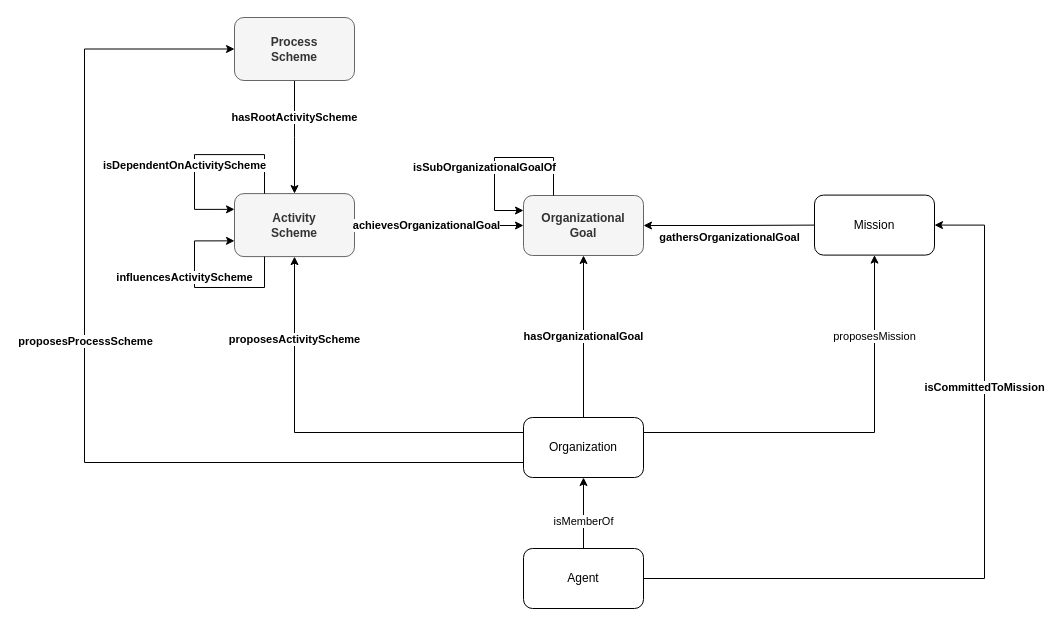
Before: domains/logistics/coordinate-activities/coordinate-activities.drawio in HyperAgents/hmas, a draw.io diagram. Source tidied: cells renumbered, new cells numbered last; positions are measured from the earlier drawing's top-left corner, leaving out a move shared by most shapes. Both pictures are drawn from the tidied source at 100%, with x=0, y=0 at pixel (84, 17).
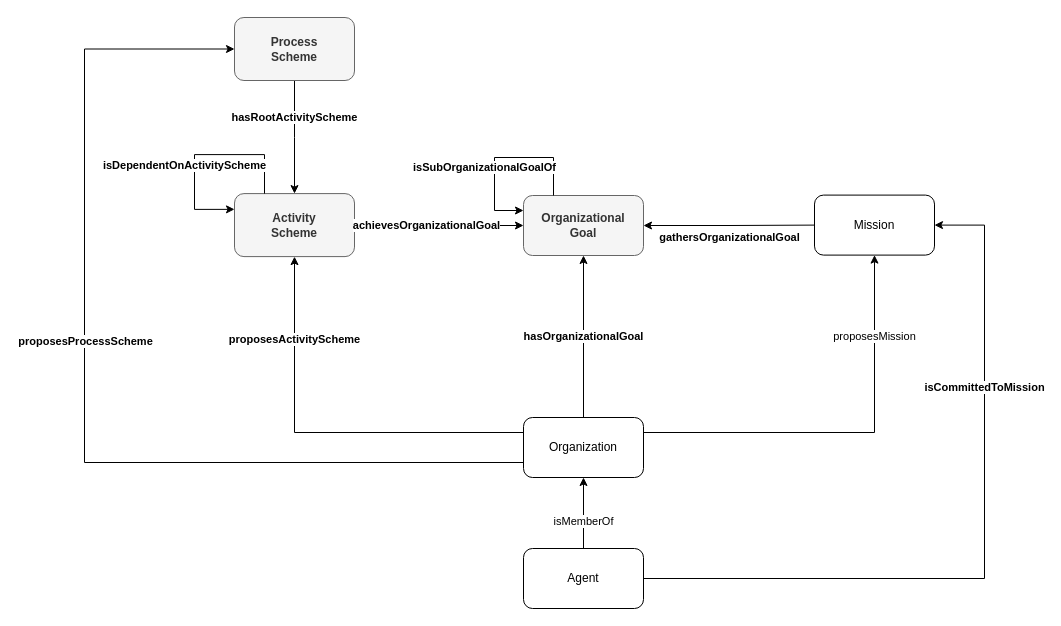
Above is the later version.

Commit message (it also covers changes not shown here):
Removed influencesActivityScheme; definition fixes

The change refers to these unchanged cells:
```xml
<mxCell id="7" value="Activity&lt;br&gt;Scheme" style="rounded=1;whiteSpace=wrap;html=1;fontSize=12;fontStyle=1;fillColor=#f5f5f5;fontColor=#333333;strokeColor=#666666;" parent="1" vertex="1">
  <mxGeometry x="150" y="176.1" width="120" height="63" as="geometry" />
</mxCell>
```

Diff of the diagram source:
```diff
@@
-    <mxCell id="20" value="influencesActivityScheme" style="edgeStyle=orthogonalEdgeStyle;rounded=0;orthogonalLoop=1;jettySize=auto;html=1;exitX=0.25;exitY=1;exitDx=0;exitDy=0;entryX=0;entryY=0.75;entryDx=0;entryDy=0;startArrow=none;startFill=0;endArrow=classic;endFill=1;fontStyle=1;" parent="1" edge="1" source="7" target="7">
-      <mxGeometry x="0.18" y="10" relative="1" as="geometry">
-        <Array as="points">
-          <mxPoint x="180" y="270" />
-          <mxPoint x="110" y="270" />
-          <mxPoint x="110" y="223" />
-        </Array>
-      </mxGeometry>
-    </mxCell>
```
